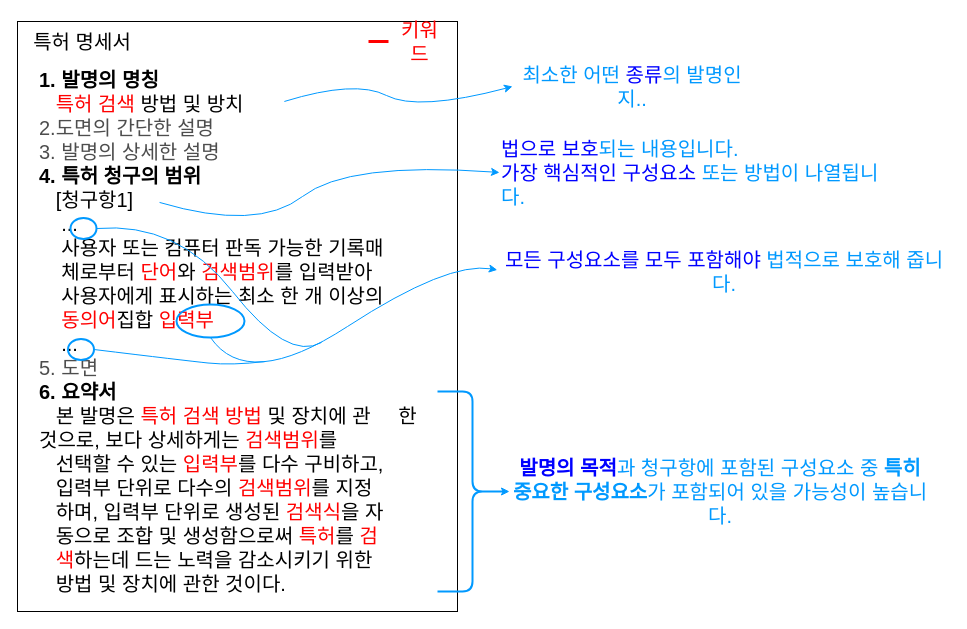
The draw.io diagram img/7.drawio in ccpatents/landing-page-4-kr, before the edit. Source tidied: cells renumbered, new cells numbered last; positions are measured from the earlier drawing's top-left corner, leaving out a move shared by most shapes. Both pictures are drawn from the tidied source at 100%, with x=0, y=0 at pixel (17, 21).
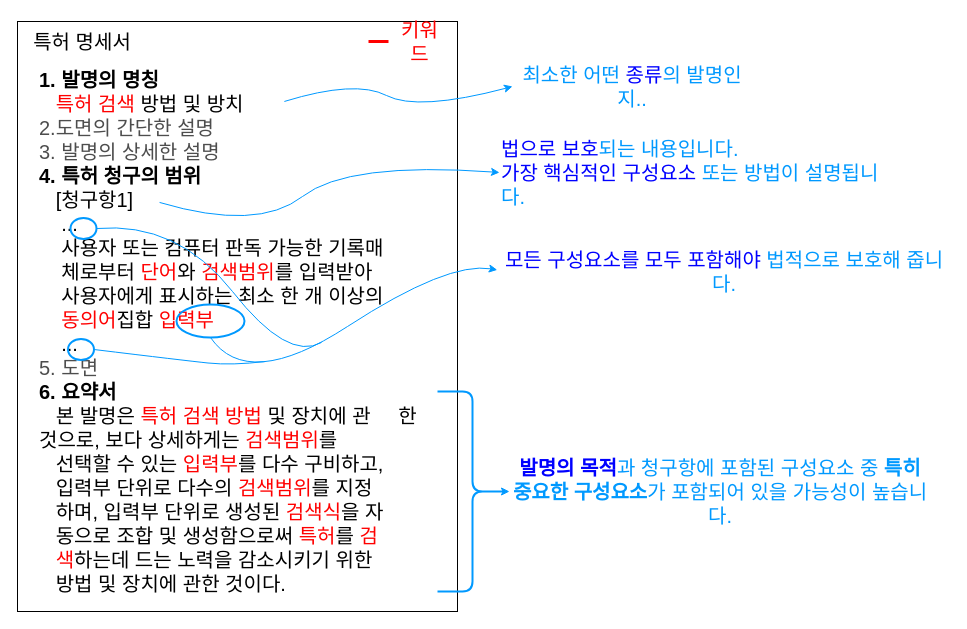
After the change.

What changed in the source:
```diff
@@
-    <mxCell id="7" value="&lt;font color=&quot;#0000ff&quot;&gt;법으로 보호&lt;/font&gt;되는 내용입니다.&lt;br&gt;&lt;font color=&quot;#0000ff&quot;&gt;가장 핵심적인 구성요소&lt;/font&gt; 또는 방법이 나열됩니다." style="text;html=1;strokeColor=none;fillColor=none;align=left;verticalAlign=middle;whiteSpace=wrap;rounded=0;fontFamily=배달의민족 한나체 pro;fontSize=20;fontColor=#0099FF;" parent="1" vertex="1">
+    <mxCell id="7" value="&lt;font color=&quot;#0000ff&quot;&gt;법으로 보호&lt;/font&gt;되는 내용입니다.&lt;br&gt;&lt;font color=&quot;#0000ff&quot;&gt;가장 핵심적인 구성요소&lt;/font&gt; 또는 방법이 설명됩니다." style="text;html=1;strokeColor=none;fillColor=none;align=left;verticalAlign=middle;whiteSpace=wrap;rounded=0;fontFamily=배달의민족 한나체 pro;fontSize=20;fontColor=#0099FF;" parent="1" vertex="1">
       <mxGeometry x="482" y="126" width="383" height="50" as="geometry" />
     </mxCell>
```
